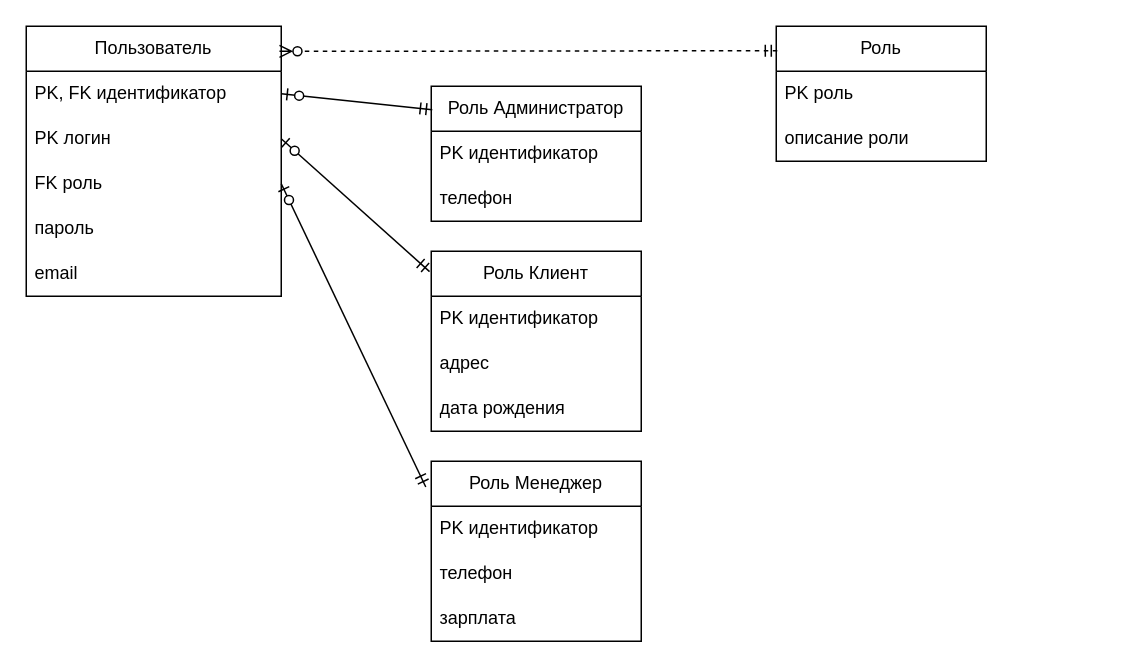
KlosHiHi/DBDaPT keeps this draw.io diagram as labworks/labwork2/labwork_2_task_5.drawio. Above is the earlier version. Source tidied: cells renumbered, new cells numbered last; positions are measured from the earlier drawing's top-left corner, leaving out a move shared by most shapes. Both pictures are drawn from the tidied source at 150%, with x=0, y=0 at pixel (26, 26).
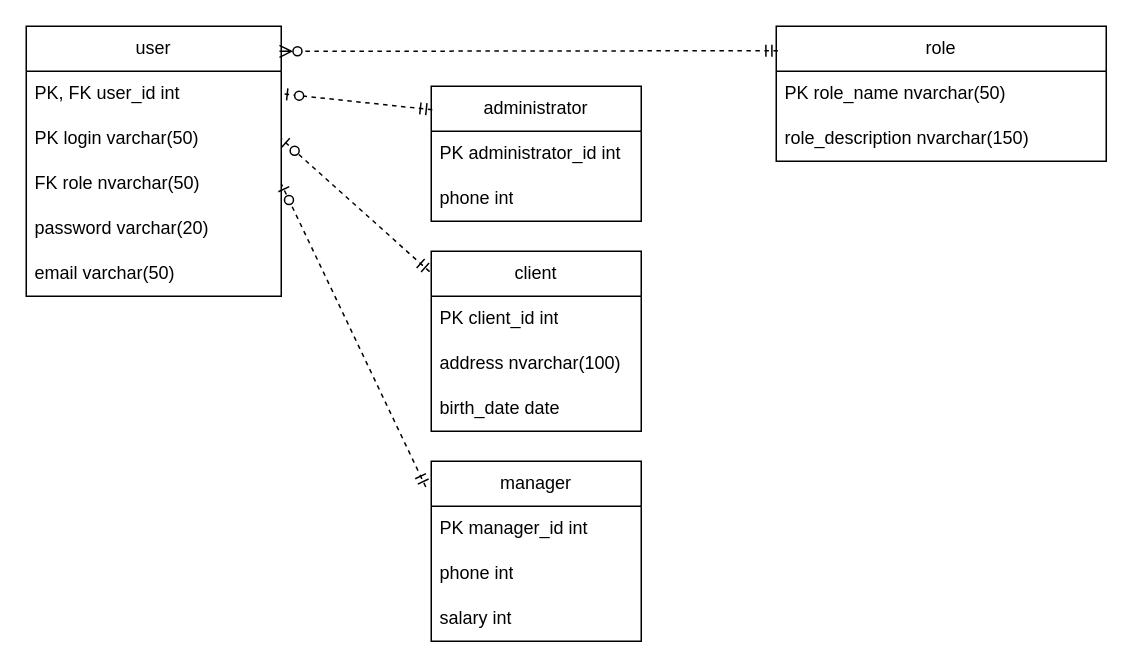
Above is the later version.

Diff of the diagram source:
```diff
@@
-    <mxCell id="2" value="Пользователь" style="swimlane;fontStyle=0;horizontal=1;startSize=30;whiteSpace=wrap;html=1;" parent="1" vertex="1">
+    <mxCell id="2" value="user" style="swimlane;fontStyle=0;horizontal=1;startSize=30;whiteSpace=wrap;html=1;" parent="1" vertex="1">
       <mxGeometry width="170" height="180" as="geometry" />
     </mxCell>
-    <mxCell id="3" value="PK, FK идентификатор" style="text;strokeColor=none;fillColor=none;align=left;verticalAlign=middle;spacingLeft=4;spacingRight=4;overflow=hidden;points=[[0,0.5],[1,0.5]];portConstraint=eastwest;whiteSpace=wrap;html=1;" parent="2" vertex="1">
+    <mxCell id="3" value="PK, FK user_id int" style="text;strokeColor=none;fillColor=none;align=left;verticalAlign=middle;spacingLeft=4;spacingRight=4;overflow=hidden;points=[[0,0.5],[1,0.5]];portConstraint=eastwest;whiteSpace=wrap;html=1;" parent="2" vertex="1">
       <mxGeometry y="30" width="170" height="30" as="geometry" />
     </mxCell>
-    <mxCell id="4" value="PK логин" style="text;strokeColor=none;fillColor=none;align=left;verticalAlign=middle;spacingLeft=4;spacingRight=4;overflow=hidden;points=[[0,0.5],[1,0.5]];portConstraint=eastwest;whiteSpace=wrap;html=1;" parent="2" vertex="1">
+    <mxCell id="4" value="PK login varchar(50)" style="text;strokeColor=none;fillColor=none;align=left;verticalAlign=middle;spacingLeft=4;spacingRight=4;overflow=hidden;points=[[0,0.5],[1,0.5]];portConstraint=eastwest;whiteSpace=wrap;html=1;" parent="2" vertex="1">
       <mxGeometry y="60" width="170" height="30" as="geometry" />
     </mxCell>
-    <mxCell id="5" value="FK роль" style="text;strokeColor=none;fillColor=none;align=left;verticalAlign=middle;spacingLeft=4;spacingRight=4;overflow=hidden;points=[[0,0.5],[1,0.5]];portConstraint=eastwest;whiteSpace=wrap;html=1;" parent="2" vertex="1">
+    <mxCell id="5" value="FK role nvarchar(50)" style="text;strokeColor=none;fillColor=none;align=left;verticalAlign=middle;spacingLeft=4;spacingRight=4;overflow=hidden;points=[[0,0.5],[1,0.5]];portConstraint=eastwest;whiteSpace=wrap;html=1;" parent="2" vertex="1">
       <mxGeometry y="90" width="170" height="30" as="geometry" />
     </mxCell>
-    <mxCell id="6" value="пароль" style="text;strokeColor=none;fillColor=none;align=left;verticalAlign=middle;spacingLeft=4;spacingRight=4;overflow=hidden;whiteSpace=wrap;html=1;" parent="2" vertex="1">
+    <mxCell id="6" value="password varchar(20)" style="text;strokeColor=none;fillColor=none;align=left;verticalAlign=middle;spacingLeft=4;spacingRight=4;overflow=hidden;whiteSpace=wrap;html=1;" parent="2" vertex="1">
       <mxGeometry y="120" width="170" height="30" as="geometry" />
     </mxCell>
-    <mxCell id="7" value="email" style="text;strokeColor=none;fillColor=none;align=left;verticalAlign=middle;spacingLeft=4;spacingRight=4;overflow=hidden;whiteSpace=wrap;html=1;" parent="2" vertex="1">
+    <mxCell id="7" value="email varchar(50)" style="text;strokeColor=none;fillColor=none;align=left;verticalAlign=middle;spacingLeft=4;spacingRight=4;overflow=hidden;whiteSpace=wrap;html=1;" parent="2" vertex="1">
       <mxGeometry y="150" width="170" height="30" as="geometry" />
     </mxCell>
-    <mxCell id="8" value="Роль" style="swimlane;fontStyle=0;horizontal=1;startSize=30;whiteSpace=wrap;html=1;" parent="1" vertex="1">
-      <mxGeometry x="500" width="140" height="90" as="geometry" />
+    <mxCell id="8" value="role" style="swimlane;fontStyle=0;horizontal=1;startSize=30;whiteSpace=wrap;html=1;" parent="1" vertex="1">
+      <mxGeometry x="500" width="220" height="90" as="geometry" />
     </mxCell>
-    <mxCell id="9" value="PK роль" style="text;strokeColor=none;fillColor=none;align=left;verticalAlign=middle;spacingLeft=4;spacingRight=4;overflow=hidden;whiteSpace=wrap;html=1;" parent="8" vertex="1">
-      <mxGeometry y="30" width="140" height="30" as="geometry" />
+    <mxCell id="9" value="PK role_name nvarchar(50)" style="text;strokeColor=none;fillColor=none;align=left;verticalAlign=middle;spacingLeft=4;spacingRight=4;overflow=hidden;whiteSpace=wrap;html=1;" parent="8" vertex="1">
+      <mxGeometry y="30" width="220" height="30" as="geometry" />
     </mxCell>
-    <mxCell id="10" value="описание роли" style="text;strokeColor=none;fillColor=none;align=left;verticalAlign=middle;spacingLeft=4;spacingRight=4;overflow=hidden;whiteSpace=wrap;html=1;" parent="8" vertex="1">
-      <mxGeometry y="60" width="140" height="30" as="geometry" />
+    <mxCell id="10" value="role_description nvarchar(150)" style="text;strokeColor=none;fillColor=none;align=left;verticalAlign=middle;spacingLeft=4;spacingRight=4;overflow=hidden;whiteSpace=wrap;html=1;" parent="8" vertex="1">
+      <mxGeometry y="60" width="220" height="30" as="geometry" />
     </mxCell>
@@
-    <mxCell id="12" value="Роль Клиент" style="swimlane;fontStyle=0;horizontal=1;startSize=30;whiteSpace=wrap;html=1;" parent="1" vertex="1">
+    <mxCell id="12" value="client" style="swimlane;fontStyle=0;horizontal=1;startSize=30;whiteSpace=wrap;html=1;" parent="1" vertex="1">
       <mxGeometry x="270" y="150" width="140" height="120" as="geometry" />
     </mxCell>
-    <mxCell id="13" value="PK идентификатор" style="text;strokeColor=none;fillColor=none;align=left;verticalAlign=middle;spacingLeft=4;spacingRight=4;overflow=hidden;whiteSpace=wrap;html=1;" parent="12" vertex="1">
+    <mxCell id="13" value="PK client_id int" style="text;strokeColor=none;fillColor=none;align=left;verticalAlign=middle;spacingLeft=4;spacingRight=4;overflow=hidden;whiteSpace=wrap;html=1;" parent="12" vertex="1">
       <mxGeometry y="30" width="140" height="30" as="geometry" />
     </mxCell>
-    <mxCell id="14" value="адрес" style="text;strokeColor=none;fillColor=none;align=left;verticalAlign=middle;spacingLeft=4;spacingRight=4;overflow=hidden;whiteSpace=wrap;html=1;" parent="12" vertex="1">
+    <mxCell id="14" value="address nvarchar(100)" style="text;strokeColor=none;fillColor=none;align=left;verticalAlign=middle;spacingLeft=4;spacingRight=4;overflow=hidden;whiteSpace=wrap;html=1;" parent="12" vertex="1">
       <mxGeometry y="60" width="140" height="30" as="geometry" />
     </mxCell>
-    <mxCell id="15" value="дата рождения" style="text;strokeColor=none;fillColor=none;align=left;verticalAlign=middle;spacingLeft=4;spacingRight=4;overflow=hidden;whiteSpace=wrap;html=1;" parent="12" vertex="1">
+    <mxCell id="15" value="birth_date date" style="text;strokeColor=none;fillColor=none;align=left;verticalAlign=middle;spacingLeft=4;spacingRight=4;overflow=hidden;whiteSpace=wrap;html=1;" parent="12" vertex="1">
       <mxGeometry y="90" width="140" height="30" as="geometry" />
     </mxCell>
-    <mxCell id="16" value="Роль Администратор" style="swimlane;fontStyle=0;horizontal=1;startSize=30;whiteSpace=wrap;html=1;" parent="1" vertex="1">
+    <mxCell id="16" value="administrator" style="swimlane;fontStyle=0;horizontal=1;startSize=30;whiteSpace=wrap;html=1;" parent="1" vertex="1">
       <mxGeometry x="270" y="40" width="140" height="90" as="geometry" />
     </mxCell>
-    <mxCell id="17" value="&lt;span style=&quot;background-color: transparent; color: light-dark(rgb(0, 0, 0), rgb(255, 255, 255));&quot;&gt;PK идентификатор&lt;/span&gt;" style="text;strokeColor=none;fillColor=none;align=left;verticalAlign=middle;spacingLeft=4;spacingRight=4;overflow=hidden;whiteSpace=wrap;html=1;" parent="16" vertex="1">
+    <mxCell id="17" value="&lt;span style=&quot;background-color: transparent; color: light-dark(rgb(0, 0, 0), rgb(255, 255, 255));&quot;&gt;PK administrator_id int&lt;/span&gt;" style="text;strokeColor=none;fillColor=none;align=left;verticalAlign=middle;spacingLeft=4;spacingRight=4;overflow=hidden;whiteSpace=wrap;html=1;" parent="16" vertex="1">
       <mxGeometry y="30" width="140" height="30" as="geometry" />
     </mxCell>
-    <mxCell id="18" value="телефон" style="text;strokeColor=none;fillColor=none;align=left;verticalAlign=middle;spacingLeft=4;spacingRight=4;overflow=hidden;whiteSpace=wrap;html=1;" parent="16" vertex="1">
+    <mxCell id="18" value="phone int" style="text;strokeColor=none;fillColor=none;align=left;verticalAlign=middle;spacingLeft=4;spacingRight=4;overflow=hidden;whiteSpace=wrap;html=1;" parent="16" vertex="1">
       <mxGeometry y="60" width="140" height="30" as="geometry" />
     </mxCell>
-    <mxCell id="19" value="Роль Менеджер" style="swimlane;fontStyle=0;horizontal=1;startSize=30;whiteSpace=wrap;html=1;" parent="1" vertex="1">
+    <mxCell id="19" value="manager" style="swimlane;fontStyle=0;horizontal=1;startSize=30;whiteSpace=wrap;html=1;" parent="1" vertex="1">
       <mxGeometry x="270" y="290" width="140" height="120" as="geometry" />
     </mxCell>
-    <mxCell id="20" value="PK идентификатор" style="text;strokeColor=none;fillColor=none;align=left;verticalAlign=middle;spacingLeft=4;spacingRight=4;overflow=hidden;whiteSpace=wrap;html=1;" parent="19" vertex="1">
+    <mxCell id="20" value="PK manager_id int" style="text;strokeColor=none;fillColor=none;align=left;verticalAlign=middle;spacingLeft=4;spacingRight=4;overflow=hidden;whiteSpace=wrap;html=1;" parent="19" vertex="1">
       <mxGeometry y="30" width="140" height="30" as="geometry" />
     </mxCell>
-    <mxCell id="21" value="телефон" style="text;strokeColor=none;fillColor=none;align=left;verticalAlign=middle;spacingLeft=4;spacingRight=4;overflow=hidden;whiteSpace=wrap;html=1;" parent="19" vertex="1">
+    <mxCell id="21" value="phone int" style="text;strokeColor=none;fillColor=none;align=left;verticalAlign=middle;spacingLeft=4;spacingRight=4;overflow=hidden;whiteSpace=wrap;html=1;" parent="19" vertex="1">
       <mxGeometry y="60" width="140" height="30" as="geometry" />
     </mxCell>
-    <mxCell id="22" value="зарплата" style="text;strokeColor=none;fillColor=none;align=left;verticalAlign=middle;spacingLeft=4;spacingRight=4;overflow=hidden;whiteSpace=wrap;html=1;" parent="19" vertex="1">
+    <mxCell id="22" value="salary int" style="text;strokeColor=none;fillColor=none;align=left;verticalAlign=middle;spacingLeft=4;spacingRight=4;overflow=hidden;whiteSpace=wrap;html=1;" parent="19" vertex="1">
       <mxGeometry y="90" width="140" height="30" as="geometry" />
     </mxCell>
-    <mxCell id="23" style="fontSize=12;html=1;endArrow=ERzeroToOne;startArrow=ERmandOne;rounded=0;entryX=1;entryY=0.5;entryDx=0;entryDy=0;exitX=0.005;exitY=0.174;exitDx=0;exitDy=0;exitPerimeter=0;" parent="1" edge="1" source="16" target="3">
+    <mxCell id="23" style="fontSize=12;html=1;endArrow=ERzeroToOne;startArrow=ERmandOne;rounded=0;entryX=1;entryY=0.5;entryDx=0;entryDy=0;exitX=0.005;exitY=0.174;exitDx=0;exitDy=0;exitPerimeter=0;dashed=1;" parent="1" edge="1" source="16" target="3">
       <mxGeometry relative="1" as="geometry" />
     </mxCell>
-    <mxCell id="24" style="fontSize=12;html=1;endArrow=ERzeroToOne;startArrow=ERmandOne;rounded=0;exitX=-0.026;exitY=0.143;exitDx=0;exitDy=0;exitPerimeter=0;entryX=1;entryY=0.5;entryDx=0;entryDy=0;" parent="1" edge="1" source="19" target="5">
+    <mxCell id="24" style="fontSize=12;html=1;endArrow=ERzeroToOne;startArrow=ERmandOne;rounded=0;exitX=-0.026;exitY=0.143;exitDx=0;exitDy=0;exitPerimeter=0;entryX=1;entryY=0.5;entryDx=0;entryDy=0;dashed=1;" parent="1" edge="1" source="19" target="5">
       <mxGeometry relative="1" as="geometry" />
     </mxCell>
-    <mxCell id="25" style="fontSize=12;html=1;endArrow=ERzeroToOne;startArrow=ERmandOne;rounded=0;exitX=-0.008;exitY=0.113;exitDx=0;exitDy=0;exitPerimeter=0;entryX=1;entryY=0.5;entryDx=0;entryDy=0;" parent="1" edge="1" source="12" target="4">
+    <mxCell id="25" style="fontSize=12;html=1;endArrow=ERzeroToOne;startArrow=ERmandOne;rounded=0;exitX=-0.008;exitY=0.113;exitDx=0;exitDy=0;exitPerimeter=0;entryX=1;entryY=0.5;entryDx=0;entryDy=0;dashed=1;" parent="1" edge="1" source="12" target="4">
       <mxGeometry relative="1" as="geometry" />
     </mxCell>
```
